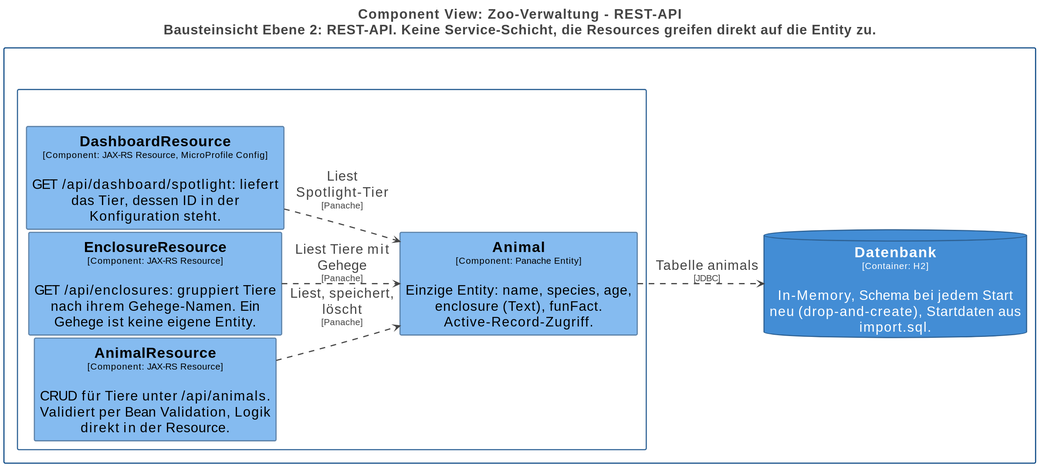
Before: docs/architecture/diagrams/05-components-api.svg, a diagram exported from PlantUML (Gepardec/openspec-quarkus-angular). The source it was exported from:
```plantuml
@startuml
title <size:24>Component View: Zoo-Verwaltung - REST-API</size>\n<size:24>Bausteinsicht Ebene 2: REST-API. Keine Service-Schicht, die Resources greifen direkt auf die Entity zu.</size>

set separator none
left to right direction
skinparam ranksep 20
skinparam nodesep 5
hide stereotype

<style>
  root {
    BackgroundColor: #ffffff;
    FontColor: #444444;
  }
  // Element,Component
  .Element-RWxlbWVudCxDb21wb25lbnQ= {
    BackgroundColor: #85bbf0;
    LineColor: #5d82a8;
    LineStyle: 0;
    LineThickness: 2;
    FontColor: #000000;
    FontSize: 24;
    HorizontalAlignment: center;
    Shadowing: 0;
    MaximumWidth: 450;
  }
  // Element,Container,Database
  .Element-RWxlbWVudCxDb250YWluZXIsRGF0YWJhc2U= {
    BackgroundColor: #438dd5;
    LineColor: #2e6295;
    LineStyle: 0;
    LineThickness: 2;
    FontColor: #ffffff;
    FontSize: 24;
    HorizontalAlignment: center;
    Shadowing: 0;
    MaximumWidth: 450;
  }
  // Relationship
  .Relationship-UmVsYXRpb25zaGlw {
    LineThickness: 2;
    LineStyle: 10-10;
    LineColor: #444444;
    FontColor: #444444;
    FontSize: 24;
    MaximumWidth: 200;
  }
  // REST-API
  .Boundary-UkVTVC1BUEk= {
    BackgroundColor: #ffffff;
    LineColor: #2e6295;
    LineStyle: 0;
    LineThickness: 2;
    FontColor: #ffffff;
    FontSize: 24;
    HorizontalAlignment: center;
    Shadowing: 0;
  }
  // Zoo-Verwaltung
  .Boundary-Wm9vLVZlcndhbHR1bmc= {
    BackgroundColor: #ffffff;
    LineColor: #0b4884;
    LineStyle: 0;
    LineThickness: 2;
    FontColor: #ffffff;
    FontSize: 24;
    HorizontalAlignment: center;
    Shadowing: 0;
  }
</style>

rectangle "Zoo-Verwaltung\n<size:16>[Software System]</size>" <<Boundary-Wm9vLVZlcndhbHR1bmc=>> {
  rectangle "REST-API\n<size:16>[Container: Quarkus, Quarkus REST, Hibernate ORM Panache]</size>" <<Boundary-UkVTVC1BUEk=>> {
    rectangle "==AnimalResource\n<size:16>[Component: JAX-RS Resource]</size>\n\nCRUD für Tiere unter /api/animals. Validiert per Bean Validation, Logik direkt in der Resource." <<Element-RWxlbWVudCxDb21wb25lbnQ=>> as ZooVerwaltung.RESTAPI.AnimalResource
    rectangle "==EnclosureResource\n<size:16>[Component: JAX-RS Resource]</size>\n\nGET /api/enclosures: gruppiert Tiere nach ihrem Gehege-Namen. Ein Gehege ist keine eigene Entity." <<Element-RWxlbWVudCxDb21wb25lbnQ=>> as ZooVerwaltung.RESTAPI.EnclosureResource
    rectangle "==DashboardResource\n<size:16>[Component: JAX-RS Resource, MicroProfile Config]</size>\n\nGET /api/dashboard/spotlight: liefert das Tier, dessen ID in der Konfiguration steht." <<Element-RWxlbWVudCxDb21wb25lbnQ=>> as ZooVerwaltung.RESTAPI.DashboardResource
    rectangle "==Animal\n<size:16>[Component: Panache Entity]</size>\n\nEinzige Entity: name, species, age, enclosure (Text), funFact. Active-Record-Zugriff." <<Element-RWxlbWVudCxDb21wb25lbnQ=>> as ZooVerwaltung.RESTAPI.Animal
  }

  database "==Datenbank\n<size:16>[Container: H2]</size>\n\nIn-Memory, Schema bei jedem Start neu (drop-and-create), Startdaten aus import.sql." <<Element-RWxlbWVudCxDb250YWluZXIsRGF0YWJhc2U=>> as ZooVerwaltung.Datenbank
}

ZooVerwaltung.RESTAPI.AnimalResource --> ZooVerwaltung.RESTAPI.Animal <<Relationship-UmVsYXRpb25zaGlw>> : "Liest, speichert, löscht\n<size:16>[Panache]</size>"
ZooVerwaltung.RESTAPI.EnclosureResource --> ZooVerwaltung.RESTAPI.Animal <<Relationship-UmVsYXRpb25zaGlw>> : "Liest Tiere mit Gehege\n<size:16>[Panache]</size>"
ZooVerwaltung.RESTAPI.DashboardResource --> ZooVerwaltung.RESTAPI.Animal <<Relationship-UmVsYXRpb25zaGlw>> : "Liest Spotlight-Tier\n<size:16>[Panache]</size>"
ZooVerwaltung.RESTAPI.Animal --> ZooVerwaltung.Datenbank <<Relationship-UmVsYXRpb25zaGlw>> : "Tabelle animals\n<size:16>[JDBC]</size>"
@enduml
```
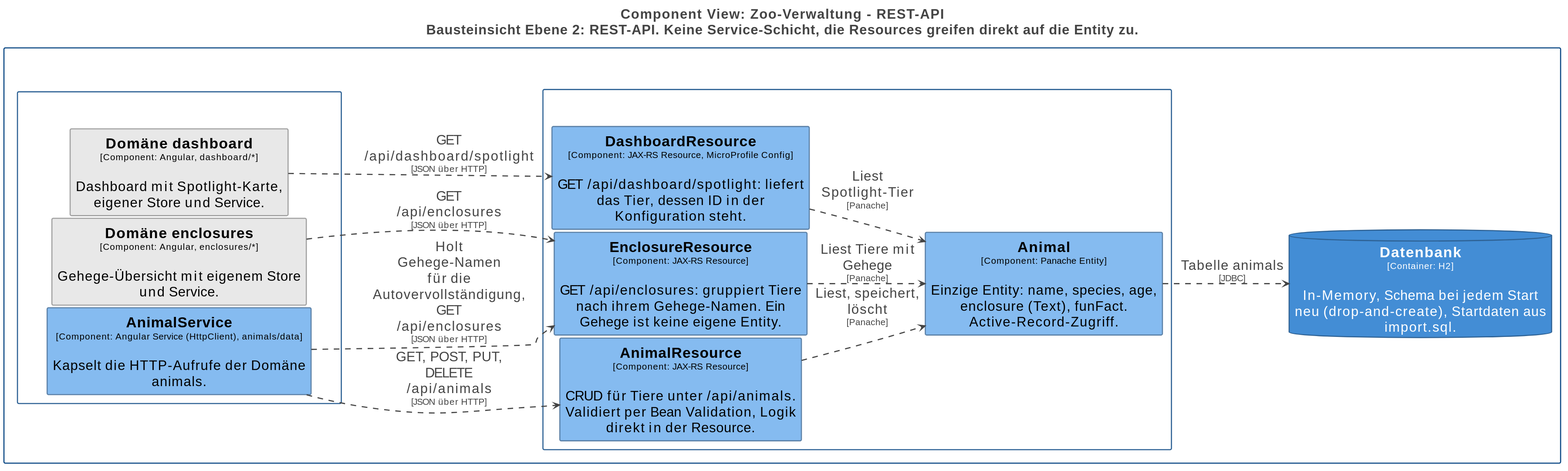
Above is the later version.

Diff of the diagram source:
```diff
@@ -16,6 +16,18 @@
   .Element-RWxlbWVudCxDb21wb25lbnQ= {
     BackgroundColor: #85bbf0;
     LineColor: #5d82a8;
+    LineStyle: 0;
+    LineThickness: 2;
+    FontColor: #000000;
+    FontSize: 24;
+    HorizontalAlignment: center;
+    Shadowing: 0;
+    MaximumWidth: 450;
+  }
+  // Element,Component,Andere Domäne
+  .Element-RWxlbWVudCxDb21wb25lbnQsQW5kZXJlIERvbcOkbmU= {
+    BackgroundColor: #e8e8e8;
+    LineColor: #a2a2a2;
     LineStyle: 0;
     LineThickness: 2;
     FontColor: #000000;
@@ -56,6 +68,17 @@
     HorizontalAlignment: center;
     Shadowing: 0;
   }
+  // Web-App
+  .Boundary-V2ViLUFwcA== {
+    BackgroundColor: #ffffff;
+    LineColor: #2e6295;
+    LineStyle: 0;
+    LineThickness: 2;
+    FontColor: #ffffff;
+    FontSize: 24;
+    HorizontalAlignment: center;
+    Shadowing: 0;
+  }
   // Zoo-Verwaltung
   .Boundary-Wm9vLVZlcndhbHR1bmc= {
     BackgroundColor: #ffffff;
@@ -77,9 +100,19 @@
     rectangle "==Animal\n<size:16>[Component: Panache Entity]</size>\n\nEinzige Entity: name, species, age, enclosure (Text), funFact. Active-Record-Zugriff." <<Element-RWxlbWVudCxDb21wb25lbnQ=>> as ZooVerwaltung.RESTAPI.Animal
   }
 
+  rectangle "Web-App\n<size:16>[Container: Angular, NgRx Signal Store, Angular Material, Transloco]</size>" <<Boundary-V2ViLUFwcA==>> {
+    rectangle "==AnimalService\n<size:16>[Component: Angular Service (HttpClient), animals/data]</size>\n\nKapselt die HTTP-Aufrufe der Domäne animals." <<Element-RWxlbWVudCxDb21wb25lbnQ=>> as ZooVerwaltung.WebApp.AnimalService
+    rectangle "==Domäne enclosures\n<size:16>[Component: Angular, enclosures/*]</size>\n\nGehege-Übersicht mit eigenem Store und Service." <<Element-RWxlbWVudCxDb21wb25lbnQsQW5kZXJlIERvbcOkbmU=>> as ZooVerwaltung.WebApp.Domäneenclosures
+    rectangle "==Domäne dashboard\n<size:16>[Component: Angular, dashboard/*]</size>\n\nDashboard mit Spotlight-Karte, eigener Store und Service." <<Element-RWxlbWVudCxDb21wb25lbnQsQW5kZXJlIERvbcOkbmU=>> as ZooVerwaltung.WebApp.Domänedashboard
+  }
+
   database "==Datenbank\n<size:16>[Container: H2]</size>\n\nIn-Memory, Schema bei jedem Start neu (drop-and-create), Startdaten aus import.sql." <<Element-RWxlbWVudCxDb250YWluZXIsRGF0YWJhc2U=>> as ZooVerwaltung.Datenbank
 }
 
+ZooVerwaltung.WebApp.AnimalService --> ZooVerwaltung.RESTAPI.AnimalResource <<Relationship-UmVsYXRpb25zaGlw>> : "GET, POST, PUT, DELETE /api/animals\n<size:16>[JSON über HTTP]</size>"
+ZooVerwaltung.WebApp.AnimalService --> ZooVerwaltung.RESTAPI.EnclosureResource <<Relationship-UmVsYXRpb25zaGlw>> : "Holt Gehege-Namen für die Autovervollständigung, GET /api/enclosures\n<size:16>[JSON über HTTP]</size>"
+ZooVerwaltung.WebApp.Domäneenclosures --> ZooVerwaltung.RESTAPI.EnclosureResource <<Relationship-UmVsYXRpb25zaGlw>> : "GET /api/enclosures\n<size:16>[JSON über HTTP]</size>"
+ZooVerwaltung.WebApp.Domänedashboard --> ZooVerwaltung.RESTAPI.DashboardResource <<Relationship-UmVsYXRpb25zaGlw>> : "GET /api/dashboard/spotlight\n<size:16>[JSON über HTTP]</size>"
 ZooVerwaltung.RESTAPI.AnimalResource --> ZooVerwaltung.RESTAPI.Animal <<Relationship-UmVsYXRpb25zaGlw>> : "Liest, speichert, löscht\n<size:16>[Panache]</size>"
 ZooVerwaltung.RESTAPI.EnclosureResource --> ZooVerwaltung.RESTAPI.Animal <<Relationship-UmVsYXRpb25zaGlw>> : "Liest Tiere mit Gehege\n<size:16>[Panache]</size>"
 ZooVerwaltung.RESTAPI.DashboardResource --> ZooVerwaltung.RESTAPI.Animal <<Relationship-UmVsYXRpb25zaGlw>> : "Liest Spotlight-Tier\n<size:16>[Panache]</size>"
```
